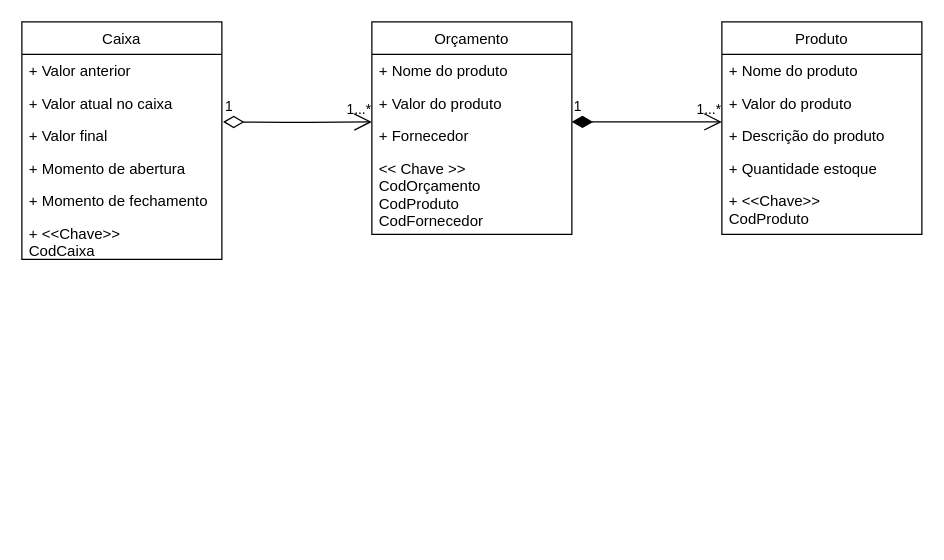
Earlier version of the draw.io diagram docs/ARTEFATOS(15-23)/COMPRAR_PRODUTOS/MODELO_CONCEITUAL_COMPRAR_PRODUTOS.drawio (Darienzo08/ope_ads). Source tidied: cells renumbered, new cells numbered last; positions are measured from the earlier drawing's top-left corner, leaving out a move shared by most shapes. Both pictures are drawn from the tidied source at 125%, with x=0, y=0 at pixel (21, 21).
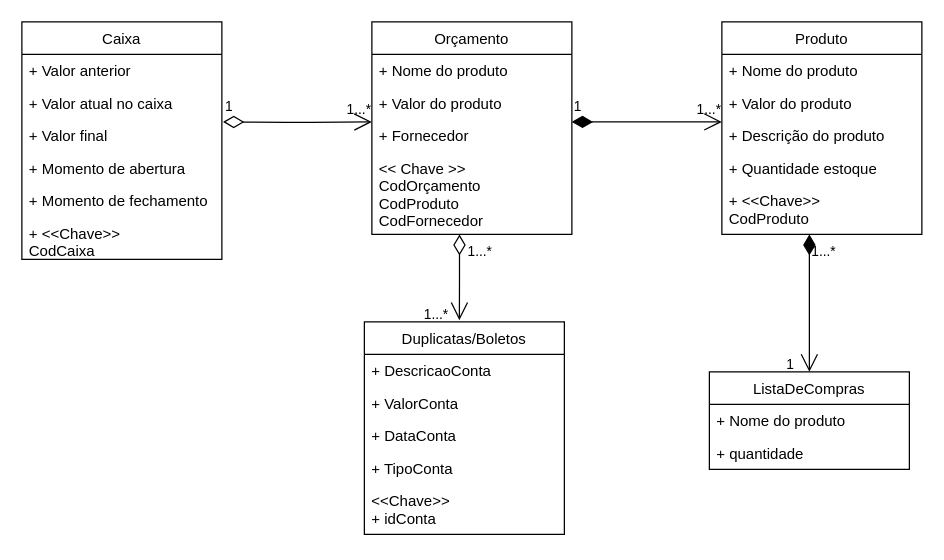
The same diagram, later.

Unchanged cells that the change refers to:
```xml
<mxCell id="14" value="&lt;&lt; Chave &gt;&gt;&#10;CodOrçamento&#10;CodProduto&#10;CodFornecedor" style="text;strokeColor=none;fillColor=none;align=left;verticalAlign=top;spacingLeft=4;spacingRight=4;overflow=hidden;points=[[0,0.5],[1,0.5]];portConstraint=eastwest;" parent="10" vertex="1">
  <mxGeometry y="104" width="160" height="66" as="geometry" />
</mxCell>
<mxCell id="22" value="+ &lt;&lt;Chave&gt;&gt;&#10;CodProduto" style="text;strokeColor=none;fillColor=none;align=left;verticalAlign=top;spacingLeft=4;spacingRight=4;overflow=hidden;points=[[0,0.5],[1,0.5]];portConstraint=eastwest;" parent="17" vertex="1">
  <mxGeometry y="130" width="160" height="40" as="geometry" />
</mxCell>
```

Change to the diagram source:
```diff
@@
+    <mxCell id="24" style="endArrow=open;html=1;endSize=12;startArrow=diamondThin;startSize=14;startFill=1;edgeStyle=orthogonalEdgeStyle;align=left;verticalAlign=bottom;entryX=0.5;entryY=0;entryDx=0;entryDy=0;rounded=0;" parent="1" edge="1" source="22" target="25">
+      <mxGeometry x="-1" y="3" relative="1" as="geometry">
+        <Array as="points">
+          <mxPoint x="630" y="280" />
+        </Array>
+      </mxGeometry>
+    </mxCell>
+    <mxCell id="25" value="ListaDeCompras" style="swimlane;fontStyle=0;horizontal=1;startSize=26;fillColor=none;" parent="1" vertex="1">
+      <mxGeometry x="550" y="280" width="160" height="78" as="geometry" />
+    </mxCell>
+    <mxCell id="26" value="+ Nome do produto" style="text;strokeColor=none;fillColor=none;align=left;verticalAlign=top;spacingLeft=4;spacingRight=4;overflow=hidden;" parent="25" vertex="1">
+      <mxGeometry y="26" width="160" height="26" as="geometry" />
+    </mxCell>
+    <mxCell id="27" value="+ quantidade" style="text;strokeColor=none;fillColor=none;align=left;verticalAlign=top;spacingLeft=4;spacingRight=4;overflow=hidden;" parent="25" vertex="1">
+      <mxGeometry y="52" width="160" height="26" as="geometry" />
+    </mxCell>
+    <mxCell id="28" value="Duplicatas/Boletos" style="swimlane;fontStyle=0;horizontal=1;startSize=26;fillColor=none;" parent="1" vertex="1">
+      <mxGeometry x="274" y="240" width="160" height="170" as="geometry" />
+    </mxCell>
+    <mxCell id="29" value="+ DescricaoConta" style="text;strokeColor=none;fillColor=none;align=left;verticalAlign=top;spacingLeft=4;spacingRight=4;overflow=hidden;" parent="28" vertex="1">
+      <mxGeometry y="26" width="160" height="26" as="geometry" />
+    </mxCell>
+    <mxCell id="30" value="+ ValorConta" style="text;strokeColor=none;fillColor=none;align=left;verticalAlign=top;spacingLeft=4;spacingRight=4;overflow=hidden;" parent="28" vertex="1">
+      <mxGeometry y="52" width="160" height="26" as="geometry" />
+    </mxCell>
+    <mxCell id="31" value="+ DataConta" style="text;strokeColor=none;fillColor=none;align=left;verticalAlign=top;spacingLeft=4;spacingRight=4;overflow=hidden;" parent="28" vertex="1">
+      <mxGeometry y="78" width="160" height="26" as="geometry" />
+    </mxCell>
+    <mxCell id="32" value="+ TipoConta" style="text;strokeColor=none;fillColor=none;align=left;verticalAlign=top;spacingLeft=4;spacingRight=4;overflow=hidden;" parent="28" vertex="1">
+      <mxGeometry y="104" width="160" height="26" as="geometry" />
+    </mxCell>
+    <mxCell id="33" value="&lt;&lt;Chave&gt;&gt;&#10;+ idConta" style="text;strokeColor=none;fillColor=none;align=left;verticalAlign=top;spacingLeft=4;spacingRight=4;overflow=hidden;" parent="28" vertex="1">
+      <mxGeometry y="130" width="160" height="40" as="geometry" />
+    </mxCell>
+    <mxCell id="34" value="&lt;span style=&quot;font-family: &amp;#34;helvetica&amp;#34; ; font-size: 11px ; font-style: normal ; font-weight: 400 ; letter-spacing: normal ; text-align: left ; text-indent: 0px ; text-transform: none ; word-spacing: 0px ; float: none ; display: inline&quot;&gt;1&lt;/span&gt;" style="text;whiteSpace=wrap;html=1;" parent="1" vertex="1">
+      <mxGeometry x="610" y="260" width="10" height="20" as="geometry" />
+    </mxCell>
+    <mxCell id="35" style="endArrow=open;html=1;endSize=12;startArrow=diamondThin;startSize=14;startFill=0;edgeStyle=orthogonalEdgeStyle;align=left;verticalAlign=bottom;entryX=0.475;entryY=-0.008;entryDx=0;entryDy=0;entryPerimeter=0;rounded=0;exitX=0.438;exitY=1;exitDx=0;exitDy=0;exitPerimeter=0;" parent="1" edge="1" source="14" target="28">
+      <mxGeometry x="-1" y="3" relative="1" as="geometry" />
+    </mxCell>
+    <mxCell id="36" value="&lt;span style=&quot;font-family: &amp;#34;helvetica&amp;#34; ; font-size: 11px&quot;&gt;1...*&lt;/span&gt;" style="text;whiteSpace=wrap;html=1;" parent="1" vertex="1">
+      <mxGeometry x="320" y="220" width="20" height="20" as="geometry" />
+    </mxCell>
+    <mxCell id="37" value="&lt;span style=&quot;font-family: &amp;#34;helvetica&amp;#34; ; font-size: 11px ; font-style: normal ; font-weight: 400 ; letter-spacing: normal ; text-align: left ; text-indent: 0px ; text-transform: none ; word-spacing: 0px ; float: none ; display: inline&quot;&gt;1...*&lt;br&gt;&lt;br&gt;&lt;/span&gt;" style="text;whiteSpace=wrap;html=1;" parent="1" vertex="1">
+      <mxGeometry x="355" y="170" width="25" height="20" as="geometry" />
+    </mxCell>
+    <mxCell id="38" value="&lt;span style=&quot;font-family: &amp;#34;helvetica&amp;#34; ; font-size: 11px ; font-style: normal ; font-weight: 400 ; letter-spacing: normal ; text-align: left ; text-indent: 0px ; text-transform: none ; word-spacing: 0px ; float: none ; display: inline&quot;&gt;1...*&lt;br&gt;&lt;br&gt;&lt;/span&gt;" style="text;whiteSpace=wrap;html=1;" parent="1" vertex="1">
+      <mxGeometry x="630" y="170" width="25" height="20" as="geometry" />
+    </mxCell>
```
